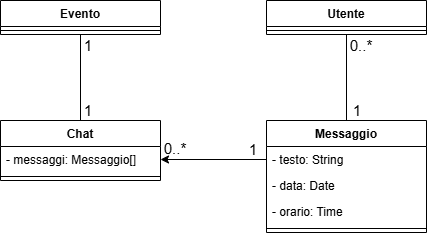
This is latex/images/modello-del-dominio-chat.png from federicoporpora/studyLink, a draw.io export, as it was before one commit. Source tidied: cells renumbered, new cells last; positions are measured from the earlier drawing's top-left corner, leaving out a move shared by most shapes.
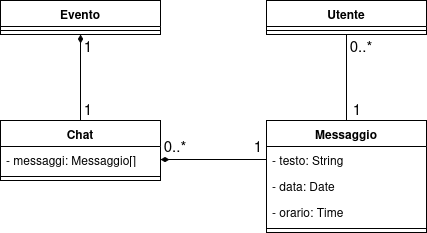
Later version of the same file.

What changed in the source:
```diff
@@ -29,7 +29,7 @@
     <mxCell id="10" style="line;strokeWidth=1;fillColor=none;align=left;verticalAlign=middle;spacingTop=-1;spacingLeft=3;spacingRight=3;labelPosition=right;strokeColor=inherit;" parent="6" vertex="1">
       <mxGeometry y="104" width="160" height="8" as="geometry" />
     </mxCell>
-    <mxCell id="11" style="edgeStyle=orthogonalEdgeStyle;rounded=0;jettySize=auto;html=1;exitX=0.5;exitY=1;exitDx=0;exitDy=0;endArrow=none;endFill=0;" parent="1" edge="1" source="12" target="2">
+    <mxCell id="11" style="edgeStyle=orthogonalEdgeStyle;rounded=0;jettySize=auto;html=1;exitX=0.5;exitY=1;exitDx=0;exitDy=0;endArrow=none;endFill=0;startArrow=diamondThin;startFill=1;" parent="1" edge="1" source="12" target="2">
       <mxGeometry relative="1" as="geometry" />
     </mxCell>
     <mxCell id="12" value="Evento" style="swimlane;fontStyle=1;align=center;verticalAlign=top;horizontal=1;startSize=26;whiteSpace=wrap;html=1;" parent="1" vertex="1">
@@ -39,19 +39,19 @@
       <mxGeometry y="26" width="160" height="8" as="geometry" />
     </mxCell>
     <mxCell id="14" value="&lt;font style=&quot;font-size: 15px;&quot;&gt;1&lt;/font&gt;" style="text;html=1;whiteSpace=wrap;strokeColor=none;fillColor=none;align=center;verticalAlign=middle;rounded=0;" parent="1" vertex="1">
-      <mxGeometry x="58" y="95" width="60" height="30" as="geometry" />
+      <mxGeometry x="58" y="93" width="60" height="30" as="geometry" />
     </mxCell>
     <mxCell id="15" value="&lt;font style=&quot;font-size: 15px;&quot;&gt;1&lt;/font&gt;" style="text;html=1;whiteSpace=wrap;strokeColor=none;fillColor=none;align=center;verticalAlign=middle;rounded=0;" parent="1" vertex="1">
       <mxGeometry x="58" y="30" width="60" height="30" as="geometry" />
     </mxCell>
-    <mxCell id="16" style="edgeStyle=orthogonalEdgeStyle;rounded=0;jettySize=auto;html=1;exitX=1;exitY=0.5;exitDx=0;exitDy=0;entryX=0;entryY=0.5;entryDx=0;entryDy=0;endArrow=none;endFill=0;startArrow=classic;startFill=1;" parent="1" edge="1" source="3" target="7">
+    <mxCell id="16" style="edgeStyle=orthogonalEdgeStyle;rounded=0;jettySize=auto;html=1;exitX=1;exitY=0.5;exitDx=0;exitDy=0;entryX=0;entryY=0.5;entryDx=0;entryDy=0;endArrow=none;endFill=0;startArrow=diamondThin;startFill=1;" parent="1" edge="1" source="3" target="7">
       <mxGeometry relative="1" as="geometry" />
     </mxCell>
     <mxCell id="17" value="&lt;font style=&quot;font-size: 15px;&quot;&gt;0..*&lt;/font&gt;" style="text;html=1;whiteSpace=wrap;strokeColor=none;fillColor=none;align=center;verticalAlign=middle;rounded=0;" parent="1" vertex="1">
-      <mxGeometry x="145" y="133" width="60" height="30" as="geometry" />
+      <mxGeometry x="145" y="130" width="60" height="30" as="geometry" />
     </mxCell>
     <mxCell id="18" value="&lt;font style=&quot;font-size: 15px;&quot;&gt;1&lt;/font&gt;" style="text;html=1;whiteSpace=wrap;strokeColor=none;fillColor=none;align=center;verticalAlign=middle;rounded=0;" parent="1" vertex="1">
-      <mxGeometry x="223" y="134" width="60" height="30" as="geometry" />
+      <mxGeometry x="228" y="130" width="60" height="30" as="geometry" />
     </mxCell>
     <mxCell id="19" value="Utente" style="swimlane;fontStyle=1;align=center;verticalAlign=top;horizontal=1;startSize=26;whiteSpace=wrap;html=1;" parent="1" vertex="1">
       <mxGeometry x="266" width="160" height="34" as="geometry" />
@@ -63,7 +63,7 @@
       <mxGeometry x="331" y="30" width="60" height="30" as="geometry" />
     </mxCell>
     <mxCell id="22" value="&lt;font style=&quot;font-size: 15px;&quot;&gt;1&lt;/font&gt;" style="text;html=1;whiteSpace=wrap;strokeColor=none;fillColor=none;align=center;verticalAlign=middle;rounded=0;" parent="1" vertex="1">
-      <mxGeometry x="327" y="95" width="60" height="30" as="geometry" />
+      <mxGeometry x="327" y="93" width="60" height="30" as="geometry" />
     </mxCell>
   </root>
 </mxGraphModel>
```
